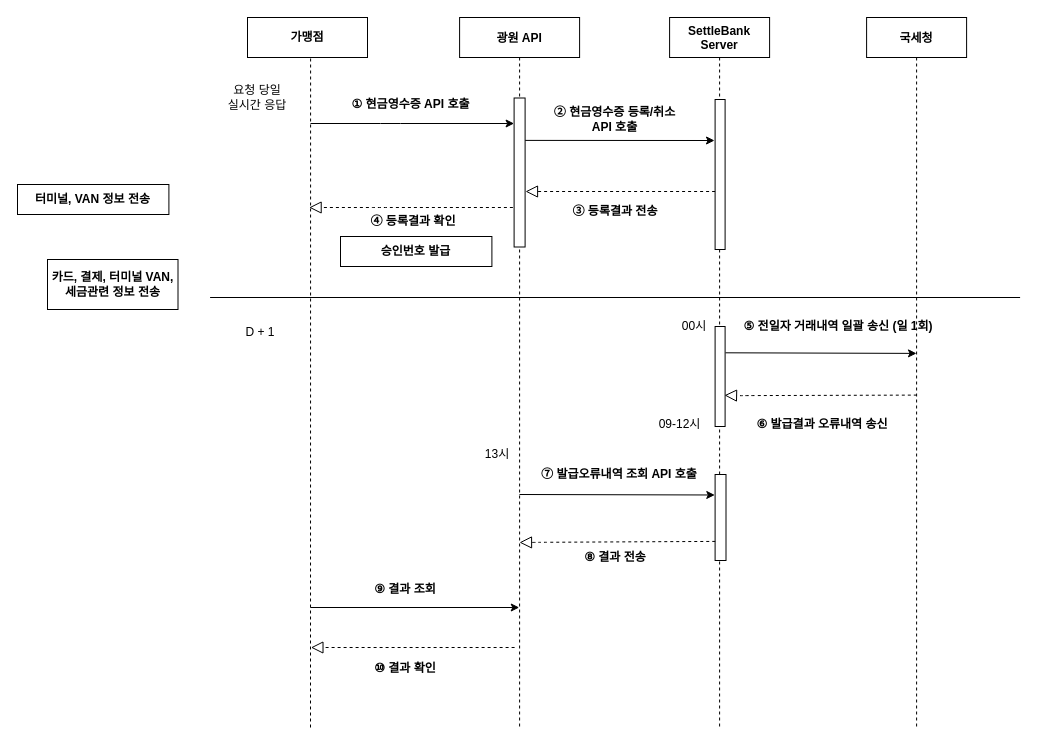
Above: Draw/210316.drawio in alsoscope/TIL (draw.io), before the change. Source tidied: cells renumbered, new cells numbered last; positions are measured from the earlier drawing's top-left corner, leaving out a move shared by most shapes. Both pictures are drawn from the tidied source at 100%, with x=0, y=0 at pixel (17, 17).
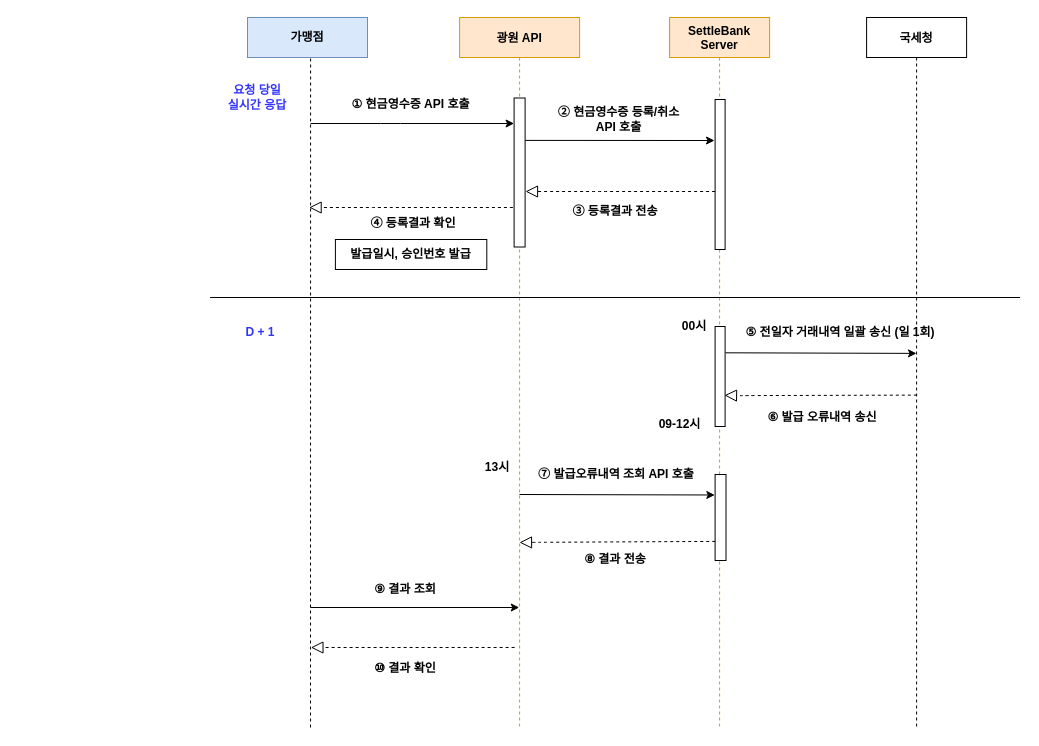
The same diagram, later.

The edit, as a diff of the source:
```diff
@@
-    <mxCell id="2" value="광원 API" style="shape=umlLifeline;perimeter=lifelinePerimeter;rounded=0;shadow=0;strokeWidth=1;fontSize=12;fontStyle=1;" parent="1" vertex="1">
+    <mxCell id="2" value="광원 API" style="shape=umlLifeline;perimeter=lifelinePerimeter;rounded=0;shadow=0;strokeWidth=1;fontSize=12;fontStyle=1;fillColor=#ffe6cc;strokeColor=#d79b00;" parent="1" vertex="1">
       <mxGeometry x="442.1" width="120" height="710" as="geometry" />
     </mxCell>
@@
-    <mxCell id="4" value="SettleBank&#10;Server" style="shape=umlLifeline;perimeter=lifelinePerimeter;rounded=0;shadow=0;strokeWidth=1;size=40;fontSize=12;fontStyle=1;" parent="1" vertex="1">
+    <mxCell id="4" value="SettleBank&#10;Server" style="shape=umlLifeline;perimeter=lifelinePerimeter;rounded=0;shadow=0;strokeWidth=1;size=40;fontSize=12;fontStyle=1;fillColor=#ffe6cc;strokeColor=#d79b00;" parent="1" vertex="1">
       <mxGeometry x="652.1" width="100" height="710" as="geometry" />
     </mxCell>
@@
-    <mxCell id="9" value="&lt;font style=&quot;font-size: 12px&quot;&gt;&lt;span lang=&quot;EN-US&quot; style=&quot;line-height: 125% ; font-family: &amp;#34;맑은 고딕&amp;#34; ; font-size: 12px&quot;&gt;⑥&lt;/span&gt;&amp;nbsp;발급결과 오류내역 송신&lt;/font&gt;" style="text;html=1;strokeColor=none;fillColor=none;align=center;verticalAlign=middle;whiteSpace=wrap;rounded=0;fontSize=12;fontStyle=1;" parent="1" vertex="1">
-      <mxGeometry x="729.5" y="390" width="150" height="33" as="geometry" />
+    <mxCell id="9" value="&lt;font style=&quot;font-size: 12px&quot;&gt;&lt;span lang=&quot;EN-US&quot; style=&quot;line-height: 125% ; font-family: &amp;#34;맑은 고딕&amp;#34; ; font-size: 12px&quot;&gt;⑥&lt;/span&gt;&amp;nbsp;발급 오류내역 송신&lt;/font&gt;" style="text;html=1;strokeColor=none;fillColor=none;align=center;verticalAlign=middle;whiteSpace=wrap;rounded=0;fontSize=12;fontStyle=1;" parent="1" vertex="1">
+      <mxGeometry x="730" y="383.5" width="150" height="33" as="geometry" />
     </mxCell>
@@
     <mxCell id="11" value="&lt;font style=&quot;font-size: 12px&quot;&gt;&lt;span lang=&quot;EN-US&quot; style=&quot;line-height: 125% ; font-family: &amp;#34;맑은 고딕&amp;#34; ; font-size: 12px&quot;&gt;⑧&amp;nbsp;&lt;/span&gt;결과 전송&lt;br style=&quot;font-size: 12px&quot;&gt;&lt;/font&gt;" style="text;html=1;strokeColor=none;fillColor=none;align=center;verticalAlign=middle;whiteSpace=wrap;rounded=0;fontSize=12;fontStyle=1;" parent="1" vertex="1">
-      <mxGeometry x="538.6" y="530" width="118" height="20" as="geometry" />
+      <mxGeometry x="538.6" y="532" width="118" height="20" as="geometry" />
     </mxCell>
@@
-    <mxCell id="14" value="&lt;span style=&quot;font-size: 12px;&quot;&gt;카드, 결제, 터미널 VAN, 세금관련 정보 전송&lt;br style=&quot;font-size: 12px;&quot;&gt;&lt;/span&gt;" style="rounded=0;whiteSpace=wrap;html=1;fontSize=12;fontStyle=1;" parent="1" vertex="1">
-      <mxGeometry x="30" y="242" width="130.5" height="50" as="geometry" />
-    </mxCell>
@@
     <mxCell id="17" value="&lt;span style=&quot;font-family: &amp;#34;맑은 고딕&amp;#34;&quot;&gt;②&amp;nbsp;&lt;/span&gt;&lt;font face=&quot;맑은 고딕&quot;&gt;현금영수증 등록/취소 API 호출&lt;/font&gt;" style="text;html=1;strokeColor=none;fillColor=none;align=center;verticalAlign=middle;whiteSpace=wrap;rounded=0;fontSize=12;fontStyle=1;" parent="1" vertex="1">
-      <mxGeometry x="525.1" y="92" width="145.1" height="20" as="geometry" />
+      <mxGeometry x="529.1" y="92" width="145.1" height="20" as="geometry" />
     </mxCell>
@@
     <mxCell id="20" value="&lt;font style=&quot;font-size: 12px&quot;&gt;&lt;span lang=&quot;EN-US&quot; style=&quot;line-height: 125% ; font-family: &amp;#34;맑은 고딕&amp;#34; ; font-size: 12px&quot;&gt;④ 등록결과 확인&lt;/span&gt;&lt;/font&gt;" style="text;html=1;strokeColor=none;fillColor=none;align=center;verticalAlign=middle;whiteSpace=wrap;rounded=0;fontSize=12;fontStyle=1;" parent="1" vertex="1">
-      <mxGeometry x="319.5" y="194" width="151.6" height="20" as="geometry" />
+      <mxGeometry x="319.5" y="196" width="151.6" height="20" as="geometry" />
     </mxCell>
-    <mxCell id="21" value="&lt;span style=&quot;font-size: 12px&quot;&gt;터미널,&amp;nbsp;&lt;/span&gt;&lt;span style=&quot;font-size: 12px&quot;&gt;VAN 정보 전송&lt;/span&gt;&lt;span style=&quot;font-size: 12px&quot;&gt;&lt;br style=&quot;font-size: 12px&quot;&gt;&lt;/span&gt;" style="rounded=0;whiteSpace=wrap;html=1;fontSize=12;fontStyle=1;" parent="1" vertex="1">
-      <mxGeometry y="167" width="151.4" height="30" as="geometry" />
-    </mxCell>
-    <mxCell id="22" value="&lt;b&gt;가맹점&lt;/b&gt;" style="rounded=0;whiteSpace=wrap;html=1;" parent="1" vertex="1">
+    <mxCell id="22" value="&lt;b&gt;가맹점&lt;/b&gt;" style="rounded=0;whiteSpace=wrap;html=1;fillColor=#dae8fc;strokeColor=#6c8ebf;" parent="1" vertex="1">
       <mxGeometry x="230" width="120" height="40" as="geometry" />
     </mxCell>
-    <mxCell id="23" value="요청 당일&lt;br&gt;실시간 응답" style="text;html=1;strokeColor=none;fillColor=none;align=center;verticalAlign=middle;whiteSpace=wrap;rounded=0;" parent="1" vertex="1">
+    <mxCell id="23" value="&lt;font color=&quot;#3333ff&quot;&gt;&lt;b&gt;요청 당일&lt;br&gt;실시간 응답&lt;/b&gt;&lt;/font&gt;" style="text;html=1;strokeColor=none;fillColor=none;align=center;verticalAlign=middle;whiteSpace=wrap;rounded=0;" parent="1" vertex="1">
       <mxGeometry x="200" y="70" width="80" height="20" as="geometry" />
     </mxCell>
-    <mxCell id="24" value="D + 1" style="text;html=1;strokeColor=none;fillColor=none;align=center;verticalAlign=middle;whiteSpace=wrap;rounded=0;" parent="1" vertex="1">
+    <mxCell id="24" value="&lt;b&gt;&lt;font color=&quot;#3333ff&quot;&gt;D + 1&lt;/font&gt;&lt;/b&gt;" style="text;html=1;strokeColor=none;fillColor=none;align=center;verticalAlign=middle;whiteSpace=wrap;rounded=0;" parent="1" vertex="1">
       <mxGeometry x="202.6" y="305" width="80" height="20" as="geometry" />
     </mxCell>
-    <mxCell id="25" value="&lt;span style=&quot;font-size: 12px&quot;&gt;승인번호 발급&lt;br style=&quot;font-size: 12px&quot;&gt;&lt;/span&gt;" style="rounded=0;whiteSpace=wrap;html=1;fontSize=12;fontStyle=1;" parent="1" vertex="1">
-      <mxGeometry x="323" y="219" width="151.4" height="30" as="geometry" />
+    <mxCell id="25" value="&lt;span style=&quot;font-size: 12px&quot;&gt;발급일시, 승인번호 발급&lt;br style=&quot;font-size: 12px&quot;&gt;&lt;/span&gt;" style="rounded=0;whiteSpace=wrap;html=1;fontSize=12;fontStyle=1;" parent="1" vertex="1">
+      <mxGeometry x="317.9" y="222" width="151.4" height="30" as="geometry" />
     </mxCell>
@@
     <mxCell id="30" value="&lt;font style=&quot;font-size: 12px&quot;&gt;&lt;span lang=&quot;EN-US&quot; style=&quot;line-height: 125% ; font-family: &amp;#34;맑은 고딕&amp;#34; ; font-size: 12px&quot;&gt;⑤&lt;/span&gt;&amp;nbsp;전일자 거래내역 일괄 송신 (일 1회)&lt;/font&gt;" style="text;html=1;strokeColor=none;fillColor=none;align=center;verticalAlign=middle;whiteSpace=wrap;rounded=0;fontSize=12;fontStyle=1;" parent="1" vertex="1">
-      <mxGeometry x="710" y="292" width="221.7" height="33" as="geometry" />
+      <mxGeometry x="712" y="298.5" width="221.7" height="33" as="geometry" />
     </mxCell>
-    <mxCell id="31" value="00시" style="text;html=1;strokeColor=none;fillColor=none;align=center;verticalAlign=middle;whiteSpace=wrap;rounded=0;" parent="1" vertex="1">
+    <mxCell id="31" value="&lt;b&gt;00시&lt;/b&gt;" style="text;html=1;strokeColor=none;fillColor=none;align=center;verticalAlign=middle;whiteSpace=wrap;rounded=0;" parent="1" vertex="1">
       <mxGeometry x="657.1" y="298.5" width="40" height="20" as="geometry" />
     </mxCell>
@@
     <mxCell id="34" value="&lt;span style=&quot;font-family: &amp;#34;맑은 고딕&amp;#34;&quot;&gt;⑦&amp;nbsp;&lt;/span&gt;&lt;font face=&quot;맑은 고딕&quot;&gt;발급오류내역 조회 API 호출&lt;/font&gt;" style="text;html=1;strokeColor=none;fillColor=none;align=center;verticalAlign=middle;whiteSpace=wrap;rounded=0;fontSize=12;fontStyle=1;" parent="1" vertex="1">
-      <mxGeometry x="507.3" y="447" width="189.7" height="20" as="geometry" />
+      <mxGeometry x="504.3" y="447" width="189.7" height="20" as="geometry" />
     </mxCell>
-    <mxCell id="35" value="13시" style="text;html=1;strokeColor=none;fillColor=none;align=center;verticalAlign=middle;whiteSpace=wrap;rounded=0;" parent="1" vertex="1">
-      <mxGeometry x="460" y="427" width="40" height="20" as="geometry" />
+    <mxCell id="35" value="&lt;b&gt;13시&lt;/b&gt;" style="text;html=1;strokeColor=none;fillColor=none;align=center;verticalAlign=middle;whiteSpace=wrap;rounded=0;" parent="1" vertex="1">
+      <mxGeometry x="460" y="440" width="40" height="20" as="geometry" />
     </mxCell>
@@
-    <mxCell id="39" value="09-12시" style="text;html=1;strokeColor=none;fillColor=none;align=center;verticalAlign=middle;whiteSpace=wrap;rounded=0;" parent="1" vertex="1">
+    <mxCell id="39" value="&lt;b&gt;09-12시&lt;/b&gt;" style="text;html=1;strokeColor=none;fillColor=none;align=center;verticalAlign=middle;whiteSpace=wrap;rounded=0;" parent="1" vertex="1">
       <mxGeometry x="628.2" y="396.5" width="68.9" height="20" as="geometry" />
     </mxCell>
```
